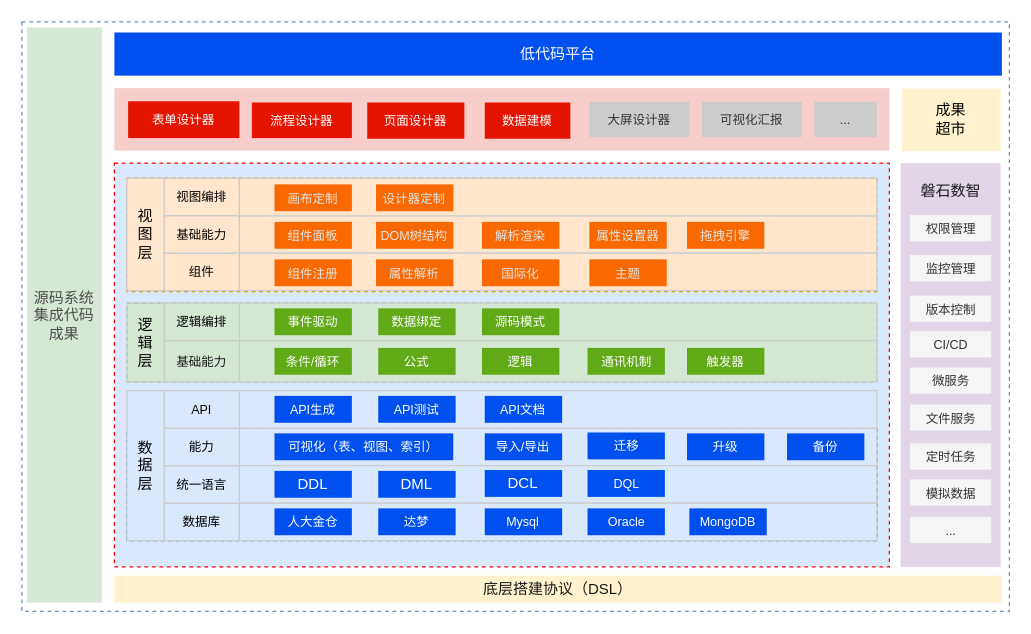
This is 低代码—泳道图—研究内容.drawio from tangyaosimida/love, a draw.io file, before an edit. Source tidied: cells renumbered, new cells numbered last; positions are measured from the earlier drawing's top-left corner, leaving out a move shared by most shapes. Both pictures are drawn from the tidied source at 125%, with x=0, y=0 at pixel (21, 21).
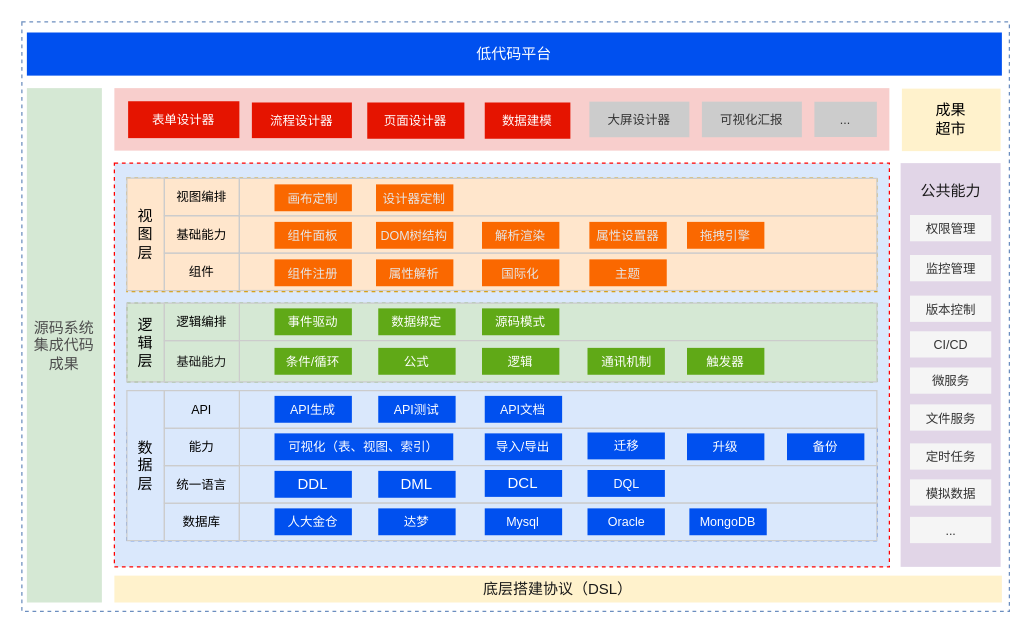
The same page after the edit.

Commit message:
更新低代码—泳道图—研究内容.drawio

What changed in the source:
```diff
@@
     <mxCell id="6" value="低代码平台" style="rounded=0;whiteSpace=wrap;html=1;fillColor=#0050ef;fontColor=#ffffff;strokeColor=none;" parent="1" vertex="1">
-      <mxGeometry x="74" y="8.5" width="710" height="34.5" as="geometry" />
+      <mxGeometry x="4" y="8.5" width="780" height="34.5" as="geometry" />
     </mxCell>
@@
-    <mxCell id="10" value="磐石数智" style="text;html=1;align=center;verticalAlign=middle;whiteSpace=wrap;rounded=0;fontColor=#1A1A1A;" parent="1" vertex="1">
+    <mxCell id="10" value="公共能力" style="text;html=1;align=center;verticalAlign=middle;whiteSpace=wrap;rounded=0;fontColor=#1A1A1A;" parent="1" vertex="1">
       <mxGeometry x="710.5" y="126.5" width="65" height="18.5" as="geometry" />
     </mxCell>
@@
     <mxCell id="19" value="&lt;font color=&quot;#4d4d4d&quot;&gt;源码系统集成代码成果&lt;/font&gt;" style="rounded=0;whiteSpace=wrap;html=1;fillColor=#d5e8d4;strokeColor=none;dashed=1;strokeWidth=2;" parent="1" vertex="1">
-      <mxGeometry x="4" y="4.5" width="60" height="460" as="geometry" />
+      <mxGeometry x="4" y="53" width="60" height="411.5" as="geometry" />
     </mxCell>
```
